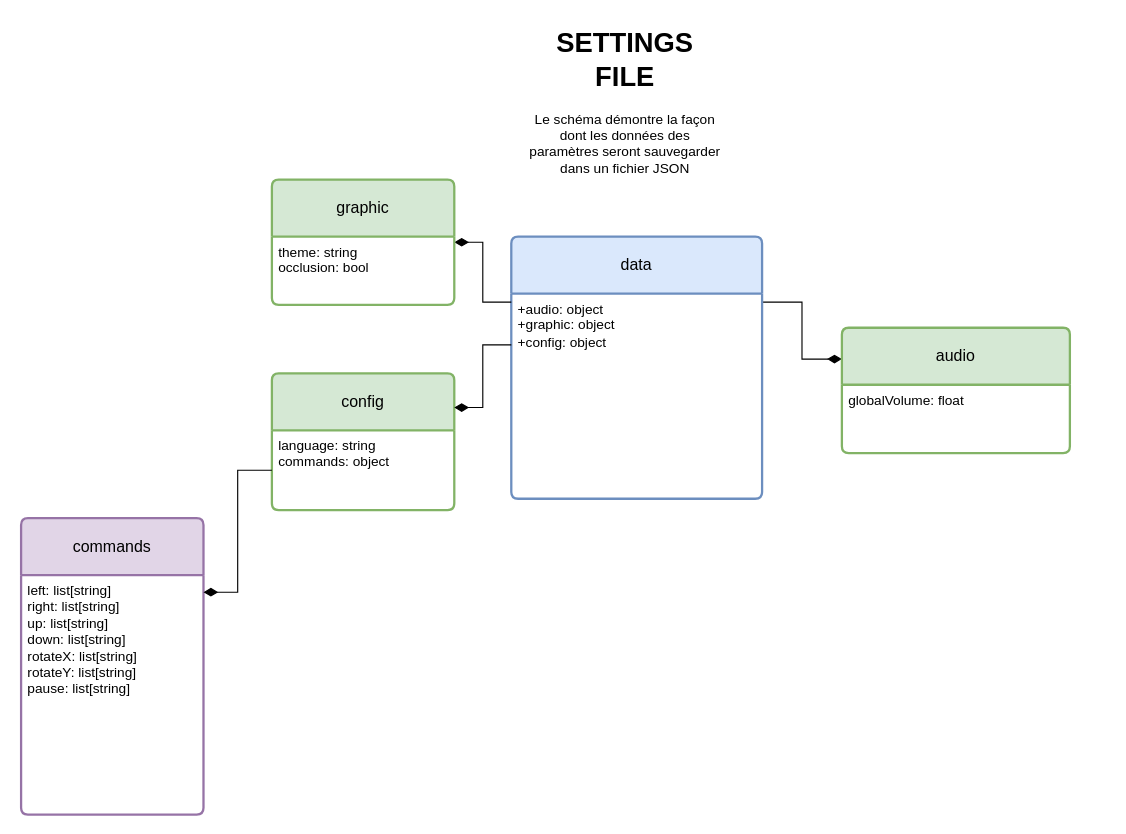
Earlier version of the draw.io diagram doc/UML/draw_format/modelSetting.drawio (Cemecla/Acoustic-Tracing). Source tidied: cells renumbered, new cells numbered last; positions are measured from the earlier drawing's top-left corner, leaving out a move shared by most shapes. Both pictures are drawn from the tidied source at 114%, with x=0, y=0 at pixel (21, 19).
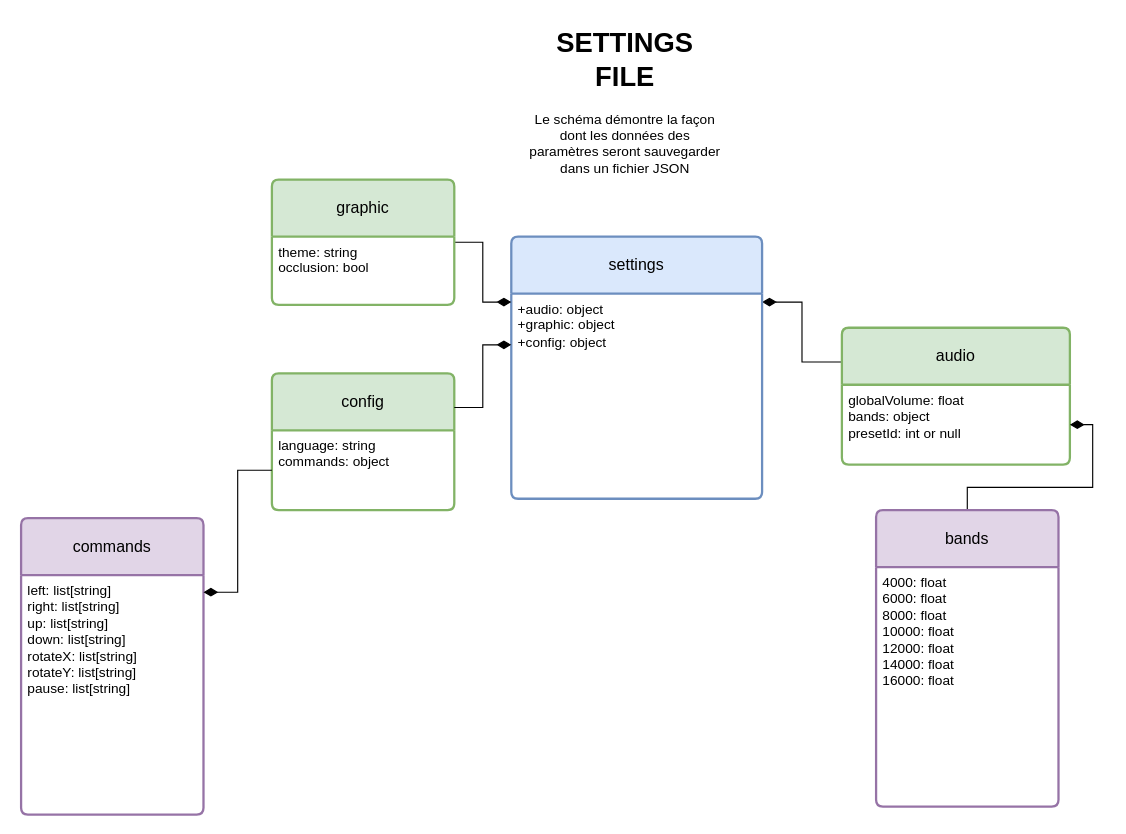
The same page after the edit.

Change to the diagram source:
```diff
@@
 <mxGraphModel>
   <root>
     <mxCell id="0" />
     <mxCell id="1" parent="0" />
-    <mxCell id="2" style="edgeStyle=orthogonalEdgeStyle;rounded=0;jettySize=auto;html=1;exitX=1;exitY=0.25;exitDx=0;exitDy=0;entryX=0;entryY=0.25;entryDx=0;entryDy=0;endArrow=diamondThin;startFill=0;endFill=1;startSize=10;endSize=10;" parent="1" edge="1" source="3" target="8">
+    <mxCell id="2" style="edgeStyle=orthogonalEdgeStyle;rounded=0;jettySize=auto;html=1;exitX=1;exitY=0.25;exitDx=0;exitDy=0;entryX=0;entryY=0.25;entryDx=0;entryDy=0;endArrow=none;startFill=1;endFill=1;startSize=10;endSize=10;startArrow=diamondThin;" parent="1" edge="1" source="3" target="8">
       <mxGeometry relative="1" as="geometry" />
     </mxCell>
-    <mxCell id="3" value="data" style="swimlane;horizontal=1;startSize=50;rounded=1;fontSize=14;fontStyle=0;strokeWidth=2;shadow=0;dashed=0;align=center;arcSize=4;whiteSpace=wrap;html=1;fillColor=#dae8fc;strokeColor=#6c8ebf;" parent="1" vertex="1">
+    <mxCell id="3" value="settings" style="swimlane;horizontal=1;startSize=50;rounded=1;fontSize=14;fontStyle=0;strokeWidth=2;shadow=0;dashed=0;align=center;arcSize=4;whiteSpace=wrap;html=1;fillColor=#dae8fc;strokeColor=#6c8ebf;" parent="1" vertex="1">
       <mxGeometry x="430" y="190" width="220" height="230" as="geometry" />
     </mxCell>
     <mxCell id="4" value="+audio: object&lt;div&gt;+graphic: object&lt;/div&gt;&lt;div&gt;+config: object&lt;/div&gt;" style="align=left;strokeColor=none;fillColor=none;spacingLeft=4;spacingRight=4;fontSize=12;verticalAlign=top;html=1;whiteSpace=wrap;" parent="3" vertex="1">
       <mxGeometry y="50" width="220" height="180" as="geometry" />
     </mxCell>
-    <mxCell id="5" style="edgeStyle=orthogonalEdgeStyle;rounded=0;jettySize=auto;html=1;entryX=0;entryY=0.25;entryDx=0;entryDy=0;endArrow=none;startFill=1;startArrow=diamondThin;startSize=10;" parent="1" edge="1" source="6" target="3">
+    <mxCell id="5" style="edgeStyle=orthogonalEdgeStyle;rounded=0;jettySize=auto;html=1;entryX=0;entryY=0.25;entryDx=0;entryDy=0;endArrow=diamondThin;startFill=0;startArrow=none;startSize=10;endFill=1;endSize=10;" parent="1" edge="1" source="6" target="3">
       <mxGeometry relative="1" as="geometry" />
     </mxCell>
     <mxCell id="6" value="graphic" style="swimlane;horizontal=1;startSize=50;rounded=1;fontSize=14;fontStyle=0;strokeWidth=2;shadow=0;dashed=0;align=center;arcSize=4;whiteSpace=wrap;html=1;fillColor=#d5e8d4;strokeColor=#82b366;" parent="1" vertex="1">
       <mxGeometry x="220" y="140" width="160" height="110" as="geometry" />
     </mxCell>
     <mxCell id="7" value="theme: string&lt;div&gt;occlusion: bool&lt;/div&gt;" style="align=left;strokeColor=none;fillColor=none;spacingLeft=4;spacingRight=4;fontSize=12;verticalAlign=top;html=1;whiteSpace=wrap;" parent="6" vertex="1">
       <mxGeometry y="50" width="160" height="60" as="geometry" />
     </mxCell>
     <mxCell id="8" value="audio" style="swimlane;horizontal=1;startSize=50;rounded=1;fontSize=14;fontStyle=0;strokeWidth=2;shadow=0;dashed=0;align=center;arcSize=4;whiteSpace=wrap;html=1;fillColor=#d5e8d4;strokeColor=#82b366;" parent="1" vertex="1">
-      <mxGeometry x="720" y="270" width="200" height="110" as="geometry" />
+      <mxGeometry x="720" y="270" width="200" height="120" as="geometry" />
     </mxCell>
-    <mxCell id="9" value="globalVolume: float" style="align=left;strokeColor=none;fillColor=none;spacingLeft=4;spacingRight=4;fontSize=12;verticalAlign=top;html=1;whiteSpace=wrap;" parent="8" vertex="1">
-      <mxGeometry y="50" width="200" height="60" as="geometry" />
+    <mxCell id="9" value="globalVolume: float&lt;div&gt;bands: object&lt;/div&gt;&lt;div&gt;presetId: int or null&lt;/div&gt;" style="align=left;strokeColor=none;fillColor=none;spacingLeft=4;spacingRight=4;fontSize=12;verticalAlign=top;html=1;whiteSpace=wrap;" parent="8" vertex="1">
+      <mxGeometry y="50" width="200" height="70" as="geometry" />
     </mxCell>
     <mxCell id="10" value="config" style="swimlane;horizontal=1;startSize=50;rounded=1;fontSize=14;fontStyle=0;strokeWidth=2;shadow=0;dashed=0;align=center;arcSize=4;whiteSpace=wrap;html=1;fillColor=#d5e8d4;strokeColor=#82b366;" parent="1" vertex="1">
       <mxGeometry x="220" y="310" width="160" height="120" as="geometry" />
     </mxCell>
     <mxCell id="11" value="language: string&lt;div&gt;commands: object&lt;/div&gt;" style="align=left;strokeColor=none;fillColor=none;spacingLeft=4;spacingRight=4;fontSize=12;verticalAlign=top;html=1;whiteSpace=wrap;" parent="10" vertex="1">
       <mxGeometry y="50" width="160" height="70" as="geometry" />
     </mxCell>
     <mxCell id="12" value="&lt;h1 style=&quot;margin-top: 0px;&quot;&gt;SETTINGS FILE&lt;/h1&gt;&lt;p&gt;Le schéma démontre la façon dont les données des paramètres seront sauvegarder dans un fichier JSON&lt;/p&gt;" style="text;html=1;whiteSpace=wrap;overflow=hidden;rounded=0;align=center;fontStyle=0;" parent="1" vertex="1">
       <mxGeometry x="440" width="180" height="140" as="geometry" />
     </mxCell>
-    <mxCell id="13" style="edgeStyle=orthogonalEdgeStyle;rounded=0;jettySize=auto;html=1;exitX=0;exitY=0.25;exitDx=0;exitDy=0;entryX=1;entryY=0.25;entryDx=0;entryDy=0;endArrow=diamondThin;endFill=1;endSize=10;" parent="1" edge="1" source="4" target="10">
+    <mxCell id="13" style="edgeStyle=orthogonalEdgeStyle;rounded=0;jettySize=auto;html=1;exitX=0;exitY=0.25;exitDx=0;exitDy=0;entryX=1;entryY=0.25;entryDx=0;entryDy=0;endArrow=none;endFill=1;endSize=10;startArrow=diamondThin;startFill=1;startSize=10;" parent="1" edge="1" source="4" target="10">
       <mxGeometry relative="1" as="geometry" />
     </mxCell>
     <mxCell id="14" value="commands" style="swimlane;horizontal=1;startSize=50;rounded=1;fontSize=14;fontStyle=0;strokeWidth=2;shadow=0;dashed=0;align=center;arcSize=4;whiteSpace=wrap;html=1;fillColor=#e1d5e7;strokeColor=#9673a6;" parent="1" vertex="1">
       <mxGeometry y="437" width="160" height="260" as="geometry" />
     </mxCell>
     <mxCell id="15" value="left: list[string]&lt;div&gt;right:&amp;nbsp;&lt;span style=&quot;background-color: transparent; color: light-dark(rgb(0, 0, 0), rgb(255, 255, 255));&quot;&gt;list[string]&lt;/span&gt;&lt;/div&gt;&lt;div&gt;up:&amp;nbsp;&lt;span style=&quot;background-color: transparent; color: light-dark(rgb(0, 0, 0), rgb(255, 255, 255));&quot;&gt;list[string]&lt;/span&gt;&lt;/div&gt;&lt;div&gt;down:&amp;nbsp;&lt;span style=&quot;background-color: transparent; color: light-dark(rgb(0, 0, 0), rgb(255, 255, 255));&quot;&gt;list[string]&lt;/span&gt;&lt;/div&gt;&lt;div&gt;rotateX:&amp;nbsp;&lt;span style=&quot;background-color: transparent; color: light-dark(rgb(0, 0, 0), rgb(255, 255, 255));&quot;&gt;list[string]&lt;/span&gt;&lt;/div&gt;&lt;div&gt;rotateY:&amp;nbsp;&lt;span style=&quot;background-color: transparent; color: light-dark(rgb(0, 0, 0), rgb(255, 255, 255));&quot;&gt;list[string]&lt;/span&gt;&lt;/div&gt;&lt;div&gt;pause:&amp;nbsp;&lt;span style=&quot;background-color: transparent; color: light-dark(rgb(0, 0, 0), rgb(255, 255, 255));&quot;&gt;list[string]&lt;/span&gt;&lt;/div&gt;" style="align=left;strokeColor=none;fillColor=none;spacingLeft=4;spacingRight=4;fontSize=12;verticalAlign=top;html=1;whiteSpace=wrap;" parent="14" vertex="1">
       <mxGeometry y="50" width="160" height="210" as="geometry" />
     </mxCell>
     <mxCell id="16" style="edgeStyle=orthogonalEdgeStyle;rounded=0;jettySize=auto;html=1;exitX=0;exitY=0.5;exitDx=0;exitDy=0;entryX=1;entryY=0.25;entryDx=0;entryDy=0;endArrow=diamondThin;endFill=1;endSize=10;" parent="1" edge="1" source="11" target="14">
       <mxGeometry relative="1" as="geometry" />
     </mxCell>
+    <mxCell id="17" style="edgeStyle=orthogonalEdgeStyle;rounded=0;jettySize=auto;html=1;entryX=1;entryY=0.5;entryDx=0;entryDy=0;endArrow=diamondThin;endFill=1;startFill=0;endSize=10;startSize=10;" parent="1" edge="1" source="18" target="9">
+      <mxGeometry relative="1" as="geometry" />
+    </mxCell>
+    <mxCell id="18" value="bands" style="swimlane;horizontal=1;startSize=50;rounded=1;fontSize=14;fontStyle=0;strokeWidth=2;shadow=0;dashed=0;align=center;arcSize=4;whiteSpace=wrap;html=1;fillColor=#e1d5e7;strokeColor=#9673a6;" parent="1" vertex="1">
+      <mxGeometry x="750" y="430" width="160" height="260" as="geometry" />
+    </mxCell>
+    <mxCell id="19" value="4000: float&lt;div&gt;6000: float&lt;/div&gt;&lt;div&gt;8000: float&lt;/div&gt;&lt;div&gt;10000: float&lt;/div&gt;&lt;div&gt;12000: float&lt;/div&gt;&lt;div&gt;14000: float&lt;/div&gt;&lt;div&gt;16000: float&lt;/div&gt;" style="align=left;strokeColor=none;fillColor=none;spacingLeft=4;spacingRight=4;fontSize=12;verticalAlign=top;html=1;whiteSpace=wrap;" parent="18" vertex="1">
+      <mxGeometry y="50" width="160" height="210" as="geometry" />
+    </mxCell>
   </root>
 </mxGraphModel>
```
